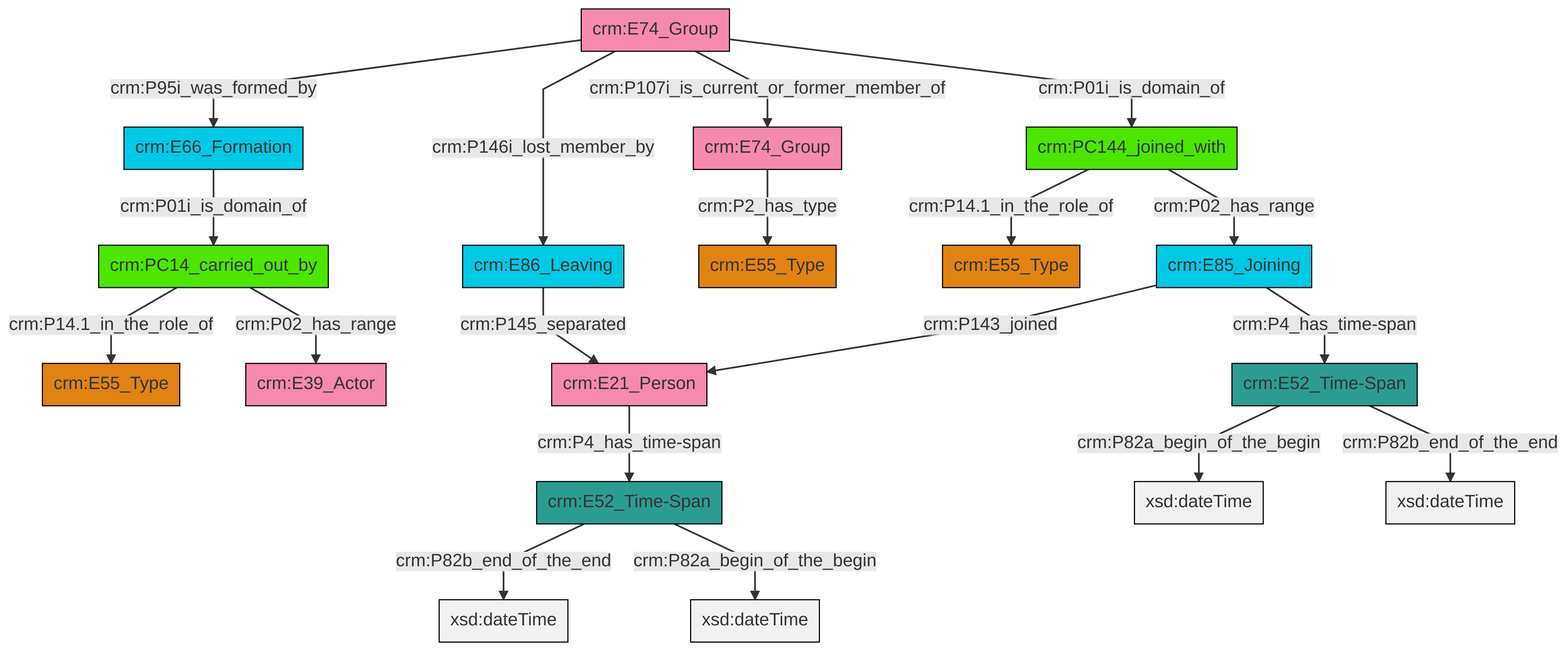
Earlier version of the Mermaid export et/groupCSV/ttl/mmd/png/group_actor_relations.png (swiss-art-research-net/reference-data-models). Its source is kept beside it as et/groupCSV/ttl/mmd/group_actor_relations.ttl.mmd.
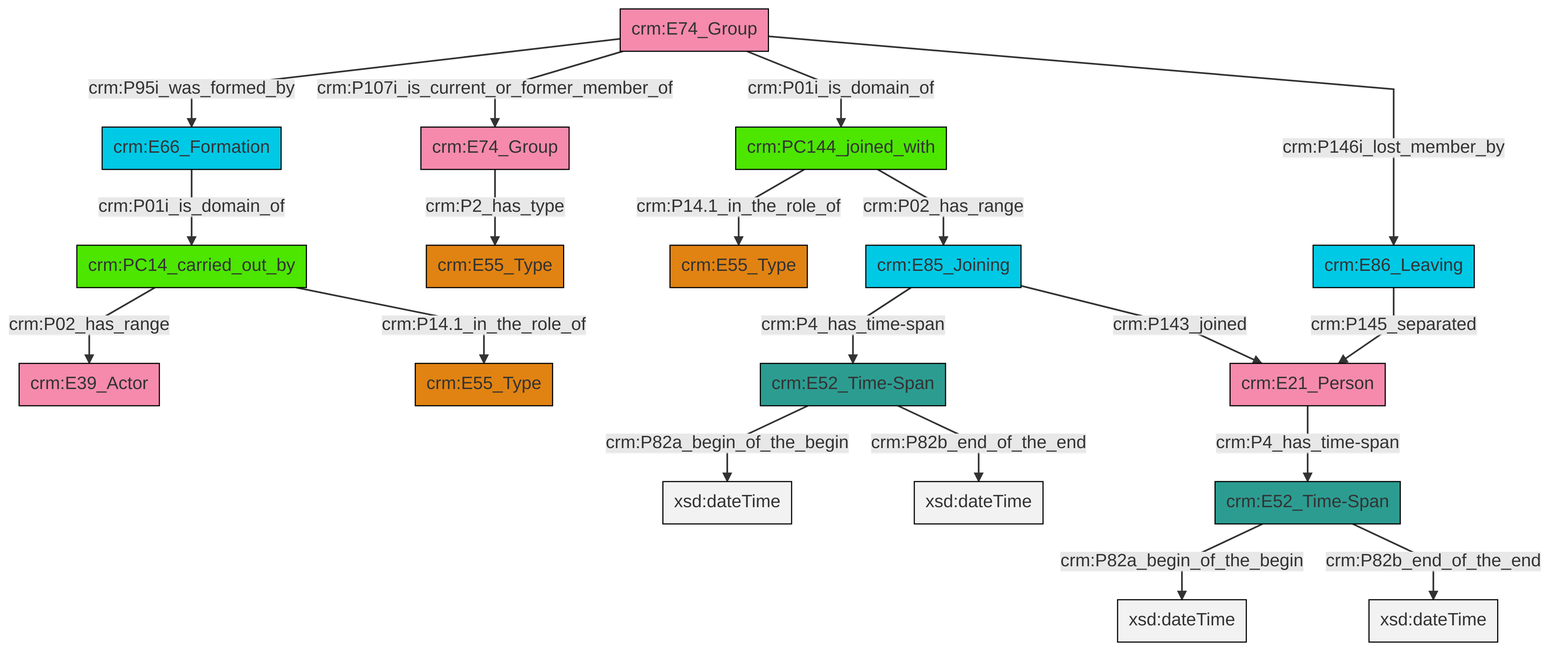
After the change.

Change to the diagram source:
```diff
@@ -13,21 +13,21 @@
 classDef PC_Classes fill:#4ce600, stroke:#000000;
 classDef Multi fill:#cccccc,stroke:#000000;
 
-2["crm:E66_Formation"]:::Temporal_Entity -->|crm:P01i_is_domain_of| 6["crm:PC14_carried_out_by"]:::PC_Classes
-7["crm:E74_Group"]:::Actor -->|crm:P95i_was_formed_by| 2["crm:E66_Formation"]:::Temporal_Entity
-8["crm:E85_Joining"]:::Temporal_Entity -->|crm:P143_joined| 9["crm:E21_Person"]:::Actor
-4["crm:E52_Time-Span"]:::Time-Span -->|crm:P82a_begin_of_the_begin| 10[xsd:dateTime]:::Literal
-7["crm:E74_Group"]:::Actor -->|crm:P146i_lost_member_by| 14["crm:E86_Leaving"]:::Temporal_Entity
-15["crm:PC144_joined_with"]:::PC_Classes -->|crm:P14.1_in_the_role_of| 16["crm:E55_Type"]:::Type
-7["crm:E74_Group"]:::Actor -->|crm:P107i_is_current_or_former_member_of| 17["crm:E74_Group"]:::Actor
-15["crm:PC144_joined_with"]:::PC_Classes -->|crm:P02_has_range| 8["crm:E85_Joining"]:::Temporal_Entity
-9["crm:E21_Person"]:::Actor -->|crm:P4_has_time-span| 21["crm:E52_Time-Span"]:::Time-Span
-4["crm:E52_Time-Span"]:::Time-Span -->|crm:P82b_end_of_the_end| 22[xsd:dateTime]:::Literal
-7["crm:E74_Group"]:::Actor -->|crm:P01i_is_domain_of| 15["crm:PC144_joined_with"]:::PC_Classes
-14["crm:E86_Leaving"]:::Temporal_Entity -->|crm:P145_separated| 9["crm:E21_Person"]:::Actor
-6["crm:PC14_carried_out_by"]:::PC_Classes -->|crm:P14.1_in_the_role_of| 12["crm:E55_Type"]:::Type
-8["crm:E85_Joining"]:::Temporal_Entity -->|crm:P4_has_time-span| 4["crm:E52_Time-Span"]:::Time-Span
-17["crm:E74_Group"]:::Actor -->|crm:P2_has_type| 0["crm:E55_Type"]:::Type
-21["crm:E52_Time-Span"]:::Time-Span -->|crm:P82b_end_of_the_end| 28[xsd:dateTime]:::Literal
-21["crm:E52_Time-Span"]:::Time-Span -->|crm:P82a_begin_of_the_begin| 34[xsd:dateTime]:::Literal
-6["crm:PC14_carried_out_by"]:::PC_Classes -->|crm:P02_has_range| 26["crm:E39_Actor"]:::Actor
+0["crm:E21_Person"]:::Actor -->|crm:P4_has_time-span| 1["crm:E52_Time-Span"]:::Time-Span
+4["crm:PC144_joined_with"]:::PC_Classes -->|crm:P14.1_in_the_role_of| 5["crm:E55_Type"]:::Type
+8["crm:PC14_carried_out_by"]:::PC_Classes -->|crm:P02_has_range| 9["crm:E39_Actor"]:::Actor
+1["crm:E52_Time-Span"]:::Time-Span -->|crm:P82a_begin_of_the_begin| 10[xsd:dateTime]:::Literal
+13["crm:E74_Group"]:::Actor -->|crm:P95i_was_formed_by| 15["crm:E66_Formation"]:::Temporal_Entity
+13["crm:E74_Group"]:::Actor -->|crm:P107i_is_current_or_former_member_of| 16["crm:E74_Group"]:::Actor
+4["crm:PC144_joined_with"]:::PC_Classes -->|crm:P02_has_range| 17["crm:E85_Joining"]:::Temporal_Entity
+11["crm:E52_Time-Span"]:::Time-Span -->|crm:P82a_begin_of_the_begin| 19[xsd:dateTime]:::Literal
+17["crm:E85_Joining"]:::Temporal_Entity -->|crm:P4_has_time-span| 11["crm:E52_Time-Span"]:::Time-Span
+15["crm:E66_Formation"]:::Temporal_Entity -->|crm:P01i_is_domain_of| 8["crm:PC14_carried_out_by"]:::PC_Classes
+8["crm:PC14_carried_out_by"]:::PC_Classes -->|crm:P14.1_in_the_role_of| 2["crm:E55_Type"]:::Type
+11["crm:E52_Time-Span"]:::Time-Span -->|crm:P82b_end_of_the_end| 21[xsd:dateTime]:::Literal
+1["crm:E52_Time-Span"]:::Time-Span -->|crm:P82b_end_of_the_end| 22[xsd:dateTime]:::Literal
+17["crm:E85_Joining"]:::Temporal_Entity -->|crm:P143_joined| 0["crm:E21_Person"]:::Actor
+13["crm:E74_Group"]:::Actor -->|crm:P01i_is_domain_of| 4["crm:PC144_joined_with"]:::PC_Classes
+13["crm:E74_Group"]:::Actor -->|crm:P146i_lost_member_by| 29["crm:E86_Leaving"]:::Temporal_Entity
+16["crm:E74_Group"]:::Actor -->|crm:P2_has_type| 6["crm:E55_Type"]:::Type
+29["crm:E86_Leaving"]:::Temporal_Entity -->|crm:P145_separated| 0["crm:E21_Person"]:::Actor
```
